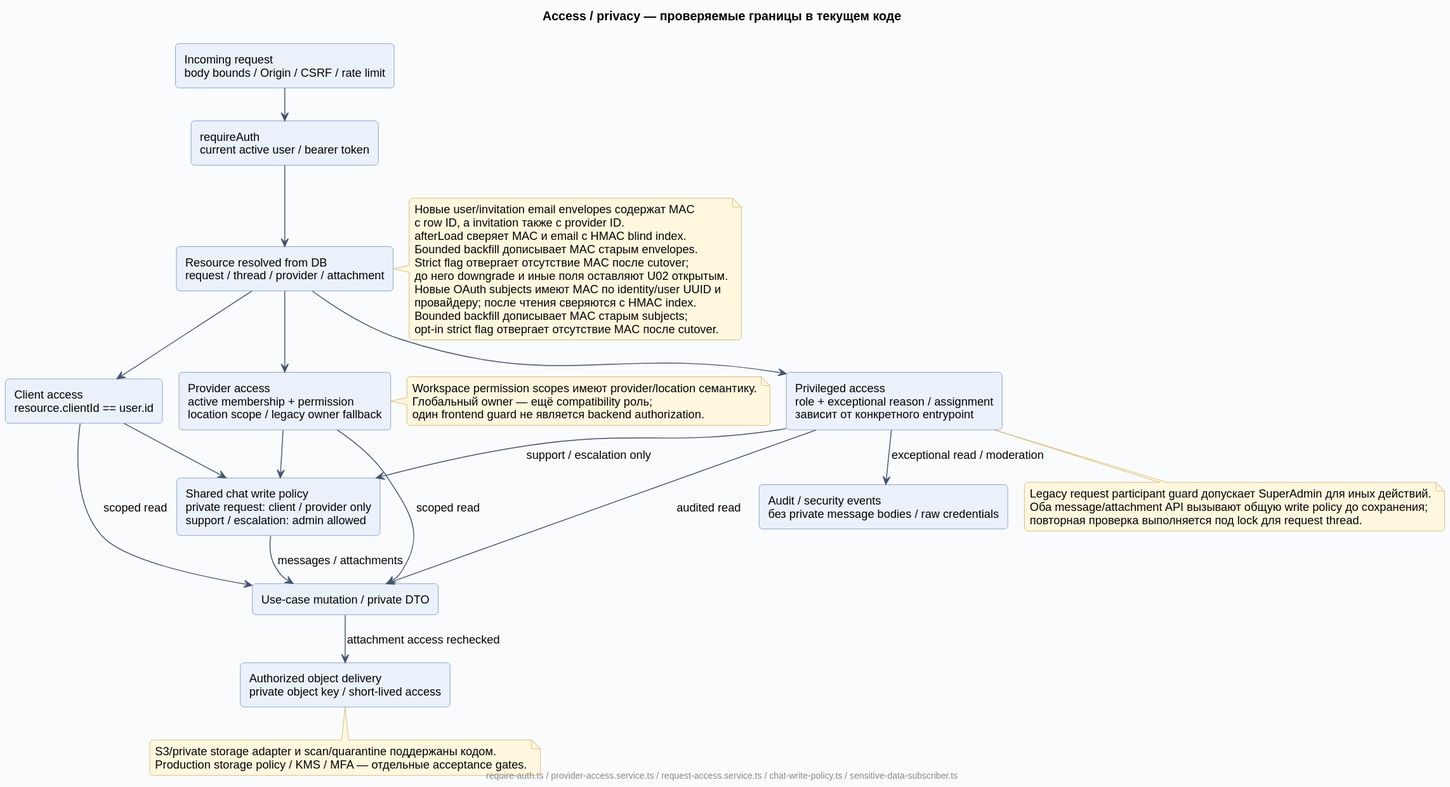
This is docs/diagrams/rendered/09-access-privacy.svg from Dima163163/auto-care-hub, a PlantUML export, as it was before one commit. Its diagram source:
```plantuml
@startuml
!include _style.puml
title Access / privacy — проверяемые границы в текущем коде
top to bottom direction
component "Incoming request\nbody bounds / Origin / CSRF / rate limit" as Input
component "requireAuth\ncurrent active user / bearer token" as Auth
component "Resource resolved from DB\nrequest / thread / provider / attachment" as Resource
component "Client access\nresource.clientId == user.id" as Client
component "Provider access\nactive membership + permission\nlocation scope / legacy owner fallback" as Provider
component "Privileged access\nrole + exceptional reason / assignment\nзависит от конкретного entrypoint" as Admin
component "Shared chat write policy\nprivate request: client / provider only\nsupport / escalation: admin allowed" as ChatWrite
component "Use-case mutation / private DTO" as Result
component "Authorized object delivery\nprivate object key / short-lived access" as Object
component "Audit / security events\nбез private message bodies / raw credentials" as Audit
Input --> Auth
Auth --> Resource
Resource --> Client
Resource --> Provider
Resource --> Admin
Client --> Result : scoped read
Provider --> Result : scoped read
Admin --> Result : audited read
Client --> ChatWrite
Provider --> ChatWrite
Admin --> ChatWrite : support / escalation only
ChatWrite --> Result : messages / attachments
Result --> Object : attachment access rechecked
Admin --> Audit : exceptional read / moderation
note right of Provider
  Workspace permission scopes имеют provider/location семантику.
  Глобальный owner — ещё compatibility роль;
  один frontend guard не является backend authorization.
end note
note right of Resource
  Новые user/invitation email envelopes содержат MAC
  с row ID, а invitation также с provider ID.
  afterLoad сверяет MAC и email с HMAC blind index.
  Бounded backfill дописывает MAC старым envelopes.
  Strict flag отвергает отсутствие MAC после cutover;
  до него downgrade и иные поля оставляют U02 открытым.
  Новые OAuth subjects имеют MAC по identity/user UUID и
  провайдеру; после чтения сверяются с HMAC index.
  Bounded backfill дописывает MAC старым subjects;
  opt-in strict flag отвергает отсутствие MAC после cutover.
end note
note bottom of Admin
  Legacy request participant guard допускает SuperAdmin для иных действий.
  Оба message/attachment API вызывают общую write policy до сохранения;
  повторная проверка выполняется под lock для request thread.
end note
note bottom of Object
  S3/private storage adapter и scan/quarantine поддержаны кодом.
  Production storage policy / KMS / MFA — отдельные acceptance gates.
end note
footer require-auth.ts / provider-access.service.ts / request-access.service.ts / chat-write-policy.ts / sensitive-data-subscriber.ts
@enduml
```
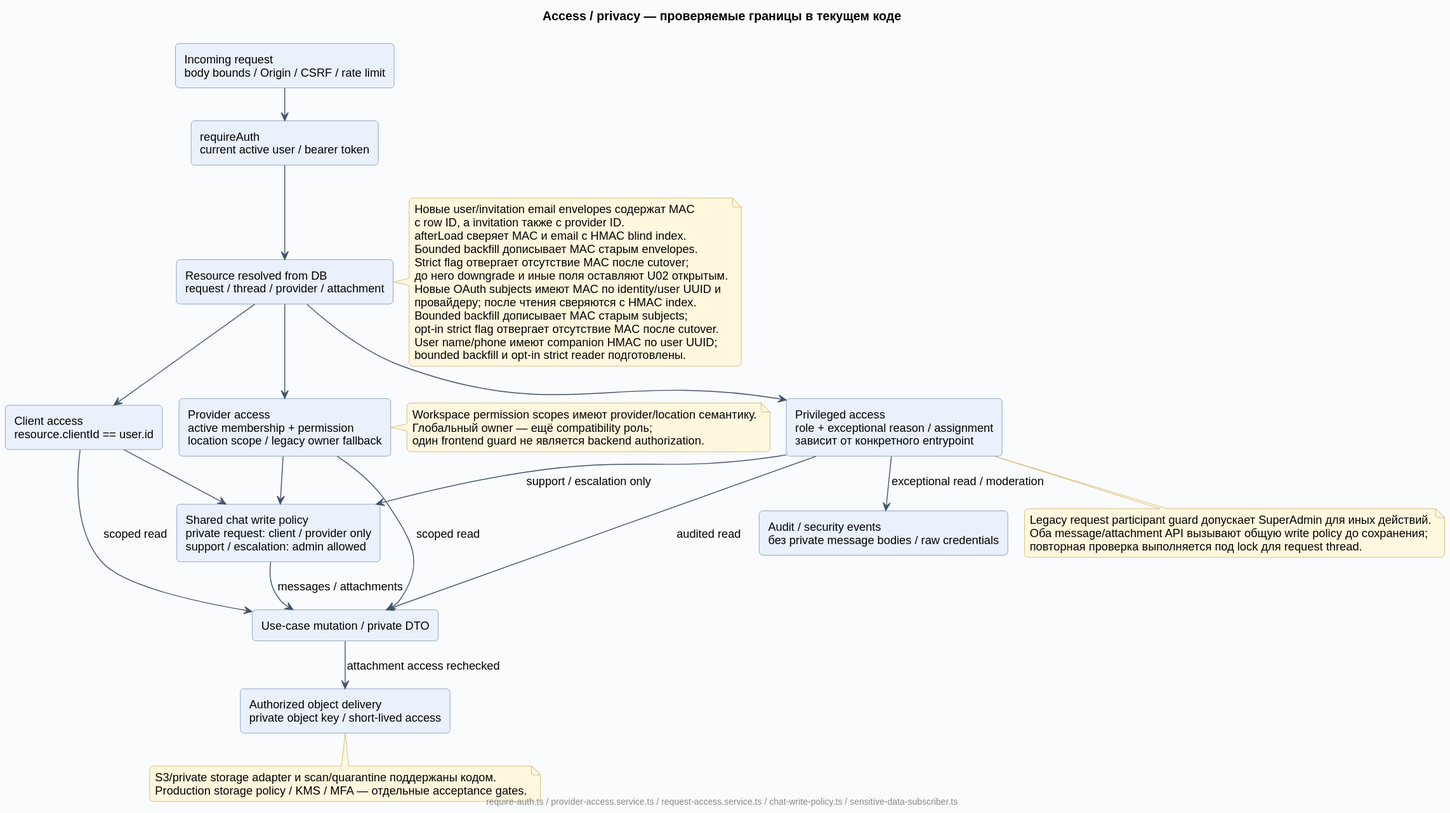
Above is the later version.

Change to the diagram source:
```diff
@@ -42,6 +42,8 @@
   провайдеру; после чтения сверяются с HMAC index.
   Bounded backfill дописывает MAC старым subjects;
   opt-in strict flag отвергает отсутствие MAC после cutover.
+  User name/phone имеют companion HMAC по user UUID;
+  bounded backfill и opt-in strict reader подготовлены.
 end note
 note bottom of Admin
   Legacy request participant guard допускает SuperAdmin для иных действий.
```
